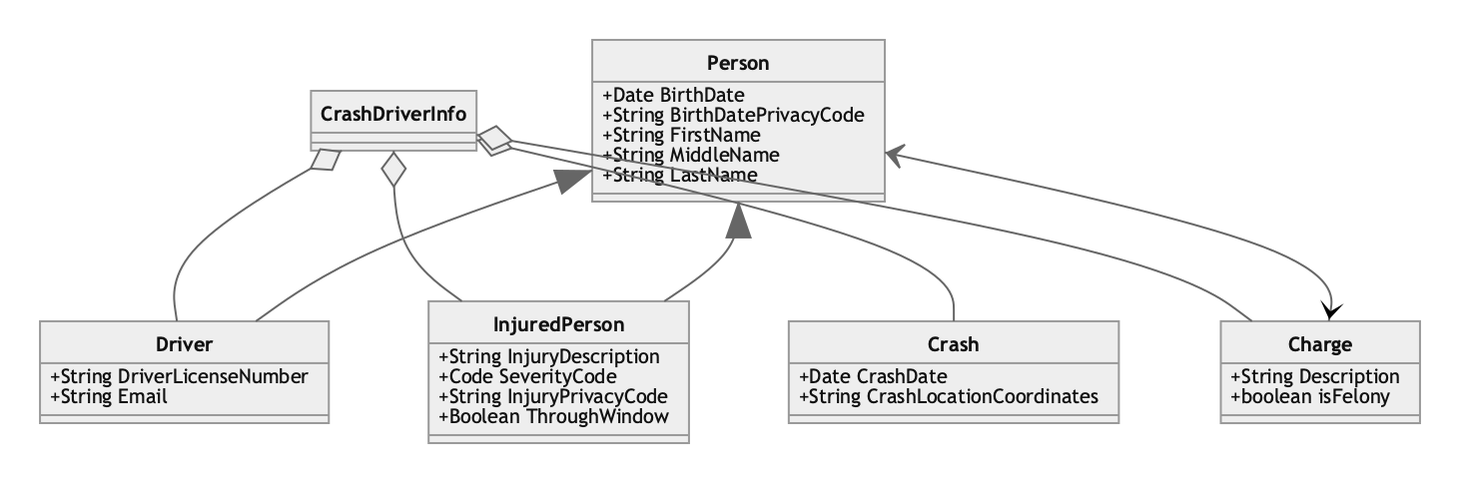
This is Class Diagram/CrashDriverClassDiagram.png from NIEM/NIEM-Training, a Mermaid export, as it was before one commit. Its source is kept beside it as Class Diagram/CrashDriverClassDiagram.mmd.
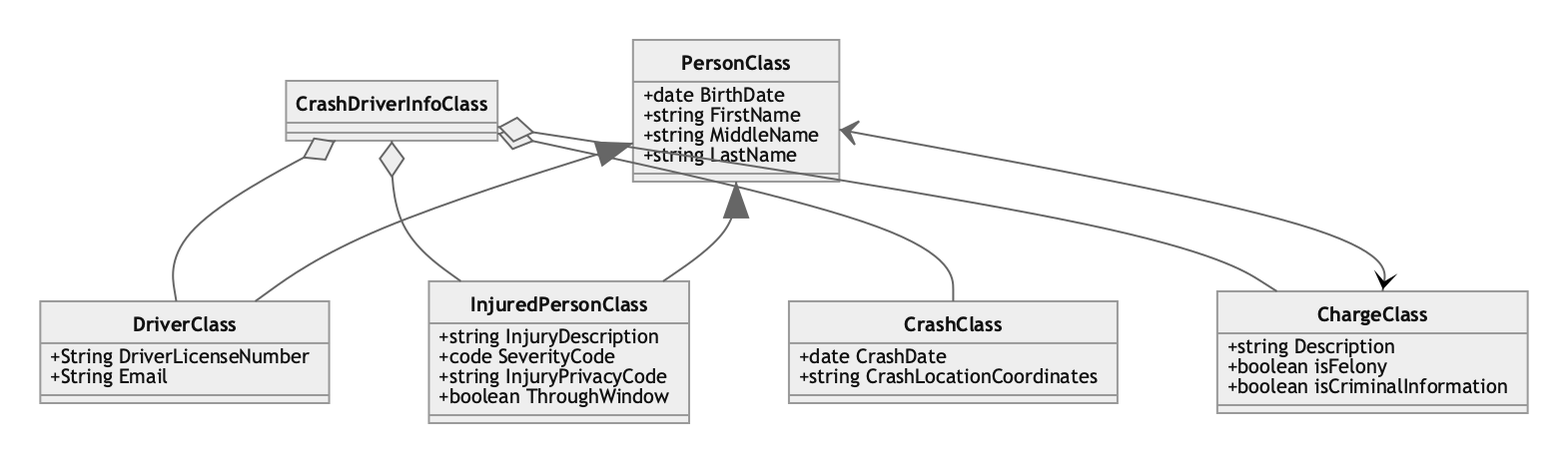
Above is the later version.

What changed in the source:
```diff
@@ -1,45 +1,45 @@
 classDiagram
 
-	class CrashDriverInfo{
+	class CrashDriverInfoClass{
 	}
 
-	CrashDriverInfo o-- Driver
-	CrashDriverInfo o-- InjuredPerson
-	CrashDriverInfo o-- Crash
-	CrashDriverInfo o-- Charge
+	CrashDriverInfoClass o-- DriverClass
+	CrashDriverInfoClass o-- InjuredPersonClass
+	CrashDriverInfoClass o-- CrashClass
+	CrashDriverInfoClass o-- ChargeClass
 
-	Person <|-- Driver
-	Person <|-- InjuredPerson
+	PersonClass <|-- DriverClass
+	PersonClass <|-- InjuredPersonClass
 
-	class Person{
-		+Date BirthDate
-		+String BirthDatePrivacyCode
-		+String FirstName
-		+String MiddleName
-		+String LastName
+	class PersonClass{
+		+date BirthDate
+		+string FirstName
+		+string MiddleName
+		+string LastName
 	}
 
-	class Driver{
+	class DriverClass{
 		+String DriverLicenseNumber
 		+String Email
 
 	}
 
-	class InjuredPerson{
-		+String InjuryDescription
-		+Code SeverityCode
-		+String InjuryPrivacyCode
-		+Boolean ThroughWindow
+	class InjuredPersonClass{
+		+string InjuryDescription
+		+code SeverityCode
+		+string InjuryPrivacyCode
+		+boolean ThroughWindow
 	}
 
-	class Charge{
-		+String Description
+	class ChargeClass{
+		+string Description
 		+boolean isFelony
+		+boolean isCriminalInformation
 	}
 
-	class Crash{
-		+Date CrashDate
-		+String CrashLocationCoordinates
+	class CrashClass{
+		+date CrashDate
+		+string CrashLocationCoordinates
 	}
 
-	Person <--> Charge
+	PersonClass <--> ChargeClass
```
